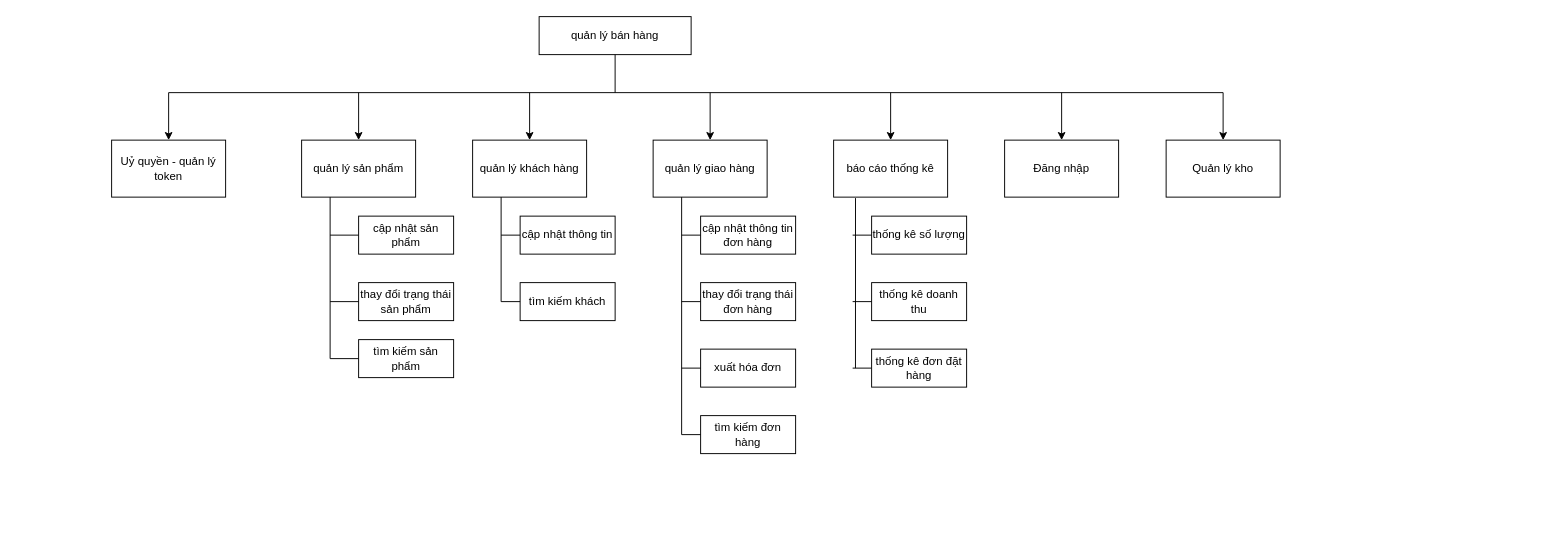
xxminhmie/override-project-document keeps this draw.io diagram as page "Page-1" (1 of 2) of bfd.drawio. Above is the earlier version. Source tidied: cells renumbered, new cells numbered last; positions are measured from the earlier drawing's top-left corner, leaving out a move shared by most shapes. Both pictures are drawn from the tidied source at 95%, with x=0, y=0 at pixel (111, 16).
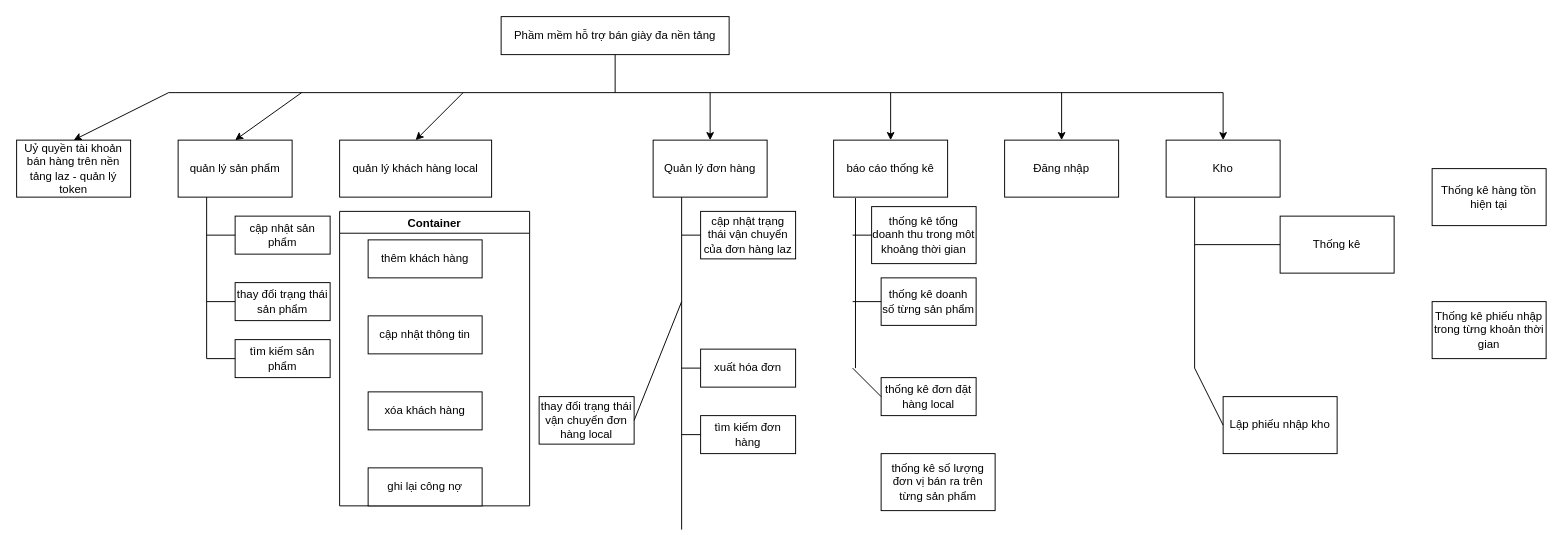
The same page after the edit.

What changed in the source:
```diff
@@
-    <mxCell id="2" value="quản lý bán hàng" style="rounded=0;whiteSpace=wrap;html=1;" parent="1" vertex="1">
-      <mxGeometry x="450" width="160" height="40" as="geometry" />
+    <mxCell id="2" value="Phầm mềm hỗ trợ bán giày đa nền tảng" style="rounded=0;whiteSpace=wrap;html=1;" parent="1" vertex="1">
+      <mxGeometry x="410" width="240" height="40" as="geometry" />
     </mxCell>
@@
     <mxCell id="4" value="quản lý sản phẩm" style="rounded=0;whiteSpace=wrap;html=1;" parent="1" vertex="1">
-      <mxGeometry x="200" y="130" width="120" height="60" as="geometry" />
+      <mxGeometry x="70" y="130" width="120" height="60" as="geometry" />
     </mxCell>
-    <mxCell id="5" value="quản lý khách hàng" style="rounded=0;whiteSpace=wrap;html=1;" parent="1" vertex="1">
-      <mxGeometry x="380" y="130" width="120" height="60" as="geometry" />
+    <mxCell id="5" value="quản lý khách hàng local" style="rounded=0;whiteSpace=wrap;html=1;" parent="1" vertex="1">
+      <mxGeometry x="240" y="130" width="160" height="60" as="geometry" />
     </mxCell>
-    <mxCell id="6" value="quản lý giao hàng" style="rounded=0;whiteSpace=wrap;html=1;" parent="1" vertex="1">
+    <mxCell id="6" value="Quản lý đơn hàng" style="rounded=0;whiteSpace=wrap;html=1;" parent="1" vertex="1">
       <mxGeometry x="570" y="130" width="120" height="60" as="geometry" />
     </mxCell>
@@
     <mxCell id="9" style="endArrow=classic;html=1;entryX=0.5;entryY=0;entryDx=0;entryDy=0;" parent="1" edge="1" target="4">
       <mxGeometry relative="1" as="geometry">
-        <mxPoint x="260" y="80" as="sourcePoint" />
+        <mxPoint x="200" y="80" as="sourcePoint" />
       </mxGeometry>
     </mxCell>
     <mxCell id="10" style="endArrow=classic;html=1;entryX=0.5;entryY=0;entryDx=0;entryDy=0;" parent="1" edge="1" target="5">
       <mxGeometry relative="1" as="geometry">
-        <mxPoint x="440" y="80" as="sourcePoint" />
+        <mxPoint x="370" y="80" as="sourcePoint" />
       </mxGeometry>
     </mxCell>
@@
-    <mxCell id="14" value="cập nhật thông tin" style="rounded=0;whiteSpace=wrap;html=1;" parent="1" vertex="1">
-      <mxGeometry x="430" y="210" width="100" height="40" as="geometry" />
-    </mxCell>
     <mxCell id="15" value="cập nhật sản phẩm" style="rounded=0;whiteSpace=wrap;html=1;" parent="1" vertex="1">
-      <mxGeometry x="260" y="210" width="100" height="40" as="geometry" />
+      <mxGeometry x="130" y="210" width="100" height="40" as="geometry" />
     </mxCell>
-    <mxCell id="16" value="cập nhật thông tin đơn hàng" style="rounded=0;whiteSpace=wrap;html=1;" parent="1" vertex="1">
-      <mxGeometry x="620" y="210" width="100" height="40" as="geometry" />
+    <mxCell id="16" value="cập nhật trạng thái vận chuyển của đơn hàng laz" style="rounded=0;whiteSpace=wrap;html=1;" parent="1" vertex="1">
+      <mxGeometry x="620" y="205" width="100" height="50" as="geometry" />
     </mxCell>
-    <mxCell id="17" value="thay đổi trạng thái đơn hàng" style="rounded=0;whiteSpace=wrap;html=1;" parent="1" vertex="1">
-      <mxGeometry x="620" y="280" width="100" height="40" as="geometry" />
+    <mxCell id="17" value="thay đổi trạng thái vận chuyển đơn hàng local" style="rounded=0;whiteSpace=wrap;html=1;" parent="1" vertex="1">
+      <mxGeometry x="450" y="400" width="100" height="50" as="geometry" />
     </mxCell>
-    <mxCell id="18" value="thống kê số lượng" style="rounded=0;whiteSpace=wrap;html=1;" parent="1" vertex="1">
-      <mxGeometry x="800" y="210" width="100" height="40" as="geometry" />
+    <mxCell id="18" value="thống kê tổng doanh thu trong môt khoảng thời gian" style="rounded=0;whiteSpace=wrap;html=1;" parent="1" vertex="1">
+      <mxGeometry x="800" y="200" width="110" height="60" as="geometry" />
     </mxCell>
-    <mxCell id="19" value="thống kê doanh thu" style="rounded=0;whiteSpace=wrap;html=1;" parent="1" vertex="1">
-      <mxGeometry x="800" y="280" width="100" height="40" as="geometry" />
+    <mxCell id="19" value="thống kê doanh số từng sản phẩm" style="rounded=0;whiteSpace=wrap;html=1;" parent="1" vertex="1">
+      <mxGeometry x="810" y="275" width="100" height="50" as="geometry" />
     </mxCell>
-    <mxCell id="20" value="thống kê đơn đặt hàng" style="rounded=0;whiteSpace=wrap;html=1;" parent="1" vertex="1">
-      <mxGeometry x="800" y="350" width="100" height="40" as="geometry" />
+    <mxCell id="20" value="thống kê đơn đặt hàng local" style="rounded=0;whiteSpace=wrap;html=1;" parent="1" vertex="1">
+      <mxGeometry x="810" y="380" width="100" height="40" as="geometry" />
     </mxCell>
-    <mxCell id="21" style="endArrow=none;html=1;exitX=0.25;exitY=1;exitDx=0;exitDy=0;" parent="1" edge="1" source="5">
-      <mxGeometry relative="1" as="geometry">
-        <mxPoint x="410" y="300" as="targetPoint" />
-      </mxGeometry>
-    </mxCell>
     <mxCell id="22" style="endArrow=none;html=1;exitX=0.25;exitY=1;exitDx=0;exitDy=0;" parent="1" edge="1" source="4">
       <mxGeometry relative="1" as="geometry">
-        <mxPoint x="230" y="360" as="targetPoint" />
+        <mxPoint x="100" y="360" as="targetPoint" />
       </mxGeometry>
     </mxCell>
     <mxCell id="23" style="endArrow=none;html=1;exitX=0.25;exitY=1;exitDx=0;exitDy=0;" parent="1" edge="1" source="6">
       <mxGeometry relative="1" as="geometry">
-        <mxPoint x="600" y="440" as="targetPoint" />
+        <mxPoint x="600" y="540" as="targetPoint" />
       </mxGeometry>
     </mxCell>
@@
-    <mxCell id="28" style="endArrow=none;html=1;entryX=0;entryY=0.5;entryDx=0;entryDy=0;" parent="1" edge="1" target="14">
-      <mxGeometry relative="1" as="geometry">
-        <mxPoint x="410" y="230" as="sourcePoint" />
-      </mxGeometry>
-    </mxCell>
     <mxCell id="29" style="endArrow=none;html=1;" parent="1" edge="1">
       <mxGeometry relative="1" as="geometry">
-        <mxPoint x="230" y="230" as="sourcePoint" />
-        <mxPoint x="260" y="230" as="targetPoint" />
+        <mxPoint x="100" y="230" as="sourcePoint" />
+        <mxPoint x="130" y="230" as="targetPoint" />
       </mxGeometry>
     </mxCell>
@@
-    <mxCell id="31" style="endArrow=none;html=1;exitX=0;exitY=0.5;exitDx=0;exitDy=0;" parent="1" edge="1" source="17">
+    <mxCell id="31" style="endArrow=none;html=1;exitX=1;exitY=0.5;exitDx=0;exitDy=0;" parent="1" edge="1" source="17">
       <mxGeometry relative="1" as="geometry">
         <mxPoint x="600" y="300" as="targetPoint" />
       </mxGeometry>
     </mxCell>
@@
     <mxCell id="34" value="thay đổi trạng thái sản phẩm" style="rounded=0;whiteSpace=wrap;html=1;" parent="1" vertex="1">
-      <mxGeometry x="260" y="280" width="100" height="40" as="geometry" />
+      <mxGeometry x="130" y="280" width="100" height="40" as="geometry" />
     </mxCell>
     <mxCell id="35" style="endArrow=none;html=1;" parent="1" edge="1">
       <mxGeometry relative="1" as="geometry">
-        <mxPoint x="230" y="300" as="sourcePoint" />
-        <mxPoint x="260" y="300" as="targetPoint" />
+        <mxPoint x="100" y="300" as="sourcePoint" />
+        <mxPoint x="130" y="300" as="targetPoint" />
       </mxGeometry>
     </mxCell>
@@
-    <mxCell id="39" value="tìm kiếm khách" style="rounded=0;whiteSpace=wrap;html=1;" parent="1" vertex="1">
-      <mxGeometry x="430" y="280" width="100" height="40" as="geometry" />
-    </mxCell>
-    <mxCell id="40" style="endArrow=none;html=1;exitX=0;exitY=0.5;exitDx=0;exitDy=0;" parent="1" edge="1" source="39">
-      <mxGeometry relative="1" as="geometry">
-        <mxPoint x="410" y="300" as="targetPoint" />
-      </mxGeometry>
-    </mxCell>
     <mxCell id="41" value="tìm kiếm sản phẩm" style="rounded=0;whiteSpace=wrap;html=1;" parent="1" vertex="1">
-      <mxGeometry x="260" y="340" width="100" height="40" as="geometry" />
+      <mxGeometry x="130" y="340" width="100" height="40" as="geometry" />
     </mxCell>
     <mxCell id="42" style="endArrow=none;html=1;exitX=0;exitY=0.5;exitDx=0;exitDy=0;" parent="1" edge="1" source="41">
       <mxGeometry relative="1" as="geometry">
-        <mxPoint x="230" y="360" as="targetPoint" />
+        <mxPoint x="100" y="360" as="targetPoint" />
       </mxGeometry>
     </mxCell>
@@
-    <mxCell id="44" value="Uỷ quyền - quản lý token" style="rounded=0;whiteSpace=wrap;html=1;" parent="1" vertex="1">
-      <mxGeometry y="130" width="120" height="60" as="geometry" />
+    <mxCell id="44" value="Uỷ quyền tài khoản bán hàng trên nền tảng laz - quản lý token" style="rounded=0;whiteSpace=wrap;html=1;" parent="1" vertex="1">
+      <mxGeometry x="-100" y="130" width="120" height="60" as="geometry" />
     </mxCell>
@@
-    <mxCell id="46" value="Quản lý kho" style="rounded=0;whiteSpace=wrap;html=1;" parent="1" vertex="1">
+    <mxCell id="46" value="Kho" style="rounded=0;whiteSpace=wrap;html=1;" parent="1" vertex="1">
       <mxGeometry x="1110" y="130" width="120" height="60" as="geometry" />
     </mxCell>
@@
+    <mxCell id="48" value="Lập phiếu nhập kho" style="rounded=0;whiteSpace=wrap;html=1;" parent="1" vertex="1">
+      <mxGeometry x="1170" y="400" width="120" height="60" as="geometry" />
+    </mxCell>
+    <mxCell id="49" style="endArrow=none;html=1;entryX=0.25;entryY=1;entryDx=0;entryDy=0;" parent="1" edge="1" target="46">
+      <mxGeometry relative="1" as="geometry">
+        <mxPoint x="1140" y="370" as="sourcePoint" />
+      </mxGeometry>
+    </mxCell>
+    <mxCell id="50" style="endArrow=none;html=1;exitX=0;exitY=0.5;exitDx=0;exitDy=0;" parent="1" edge="1" source="48">
+      <mxGeometry relative="1" as="geometry">
+        <mxPoint x="1140" y="370" as="targetPoint" />
+      </mxGeometry>
+    </mxCell>
+    <mxCell id="51" value="Thống kê hàng tồn hiện tại" style="rounded=0;whiteSpace=wrap;html=1;" parent="1" vertex="1">
+      <mxGeometry x="1390" y="160" width="120" height="60" as="geometry" />
+    </mxCell>
+    <mxCell id="52" value="Thống kê" style="rounded=0;whiteSpace=wrap;html=1;" parent="1" vertex="1">
+      <mxGeometry x="1230" y="210" width="120" height="60" as="geometry" />
+    </mxCell>
+    <mxCell id="53" style="endArrow=none;html=1;exitX=0;exitY=0.5;exitDx=0;exitDy=0;" parent="1" edge="1" source="52">
+      <mxGeometry relative="1" as="geometry">
+        <mxPoint x="1140" y="240" as="targetPoint" />
+      </mxGeometry>
+    </mxCell>
+    <mxCell id="54" value="Thống kê phiếu nhập trong từng khoản thời gian" style="rounded=0;whiteSpace=wrap;html=1;" parent="1" vertex="1">
+      <mxGeometry x="1390" y="300" width="120" height="60" as="geometry" />
+    </mxCell>
+    <mxCell id="55" value="thống kê số lượng đơn vị bán ra trên từng sản phẩm" style="rounded=0;whiteSpace=wrap;html=1;" parent="1" vertex="1">
+      <mxGeometry x="810" y="460" width="120" height="60" as="geometry" />
+    </mxCell>
+    <mxCell id="56" value="Container" style="swimlane;strokeWidth=1;" parent="1" vertex="1">
+      <mxGeometry x="240" y="205" width="200" height="310" as="geometry" />
+    </mxCell>
+    <mxCell id="14" value="cập nhật thông tin" style="rounded=0;whiteSpace=wrap;html=1;" parent="56" vertex="1">
+      <mxGeometry x="30" y="110" width="120" height="40" as="geometry" />
+    </mxCell>
+    <mxCell id="57" value="thêm khách hàng" style="rounded=0;whiteSpace=wrap;html=1;" parent="56" vertex="1">
+      <mxGeometry x="30" y="30" width="120" height="40" as="geometry" />
+    </mxCell>
+    <mxCell id="58" value="ghi lại công nợ" style="rounded=0;whiteSpace=wrap;html=1;strokeWidth=1;" parent="56" vertex="1">
+      <mxGeometry x="30" y="270" width="120" height="40" as="geometry" />
+    </mxCell>
+    <mxCell id="59" value="xóa khách hàng" style="rounded=0;whiteSpace=wrap;html=1;strokeWidth=1;" parent="56" vertex="1">
+      <mxGeometry x="30" y="190" width="120" height="40" as="geometry" />
+    </mxCell>
```
